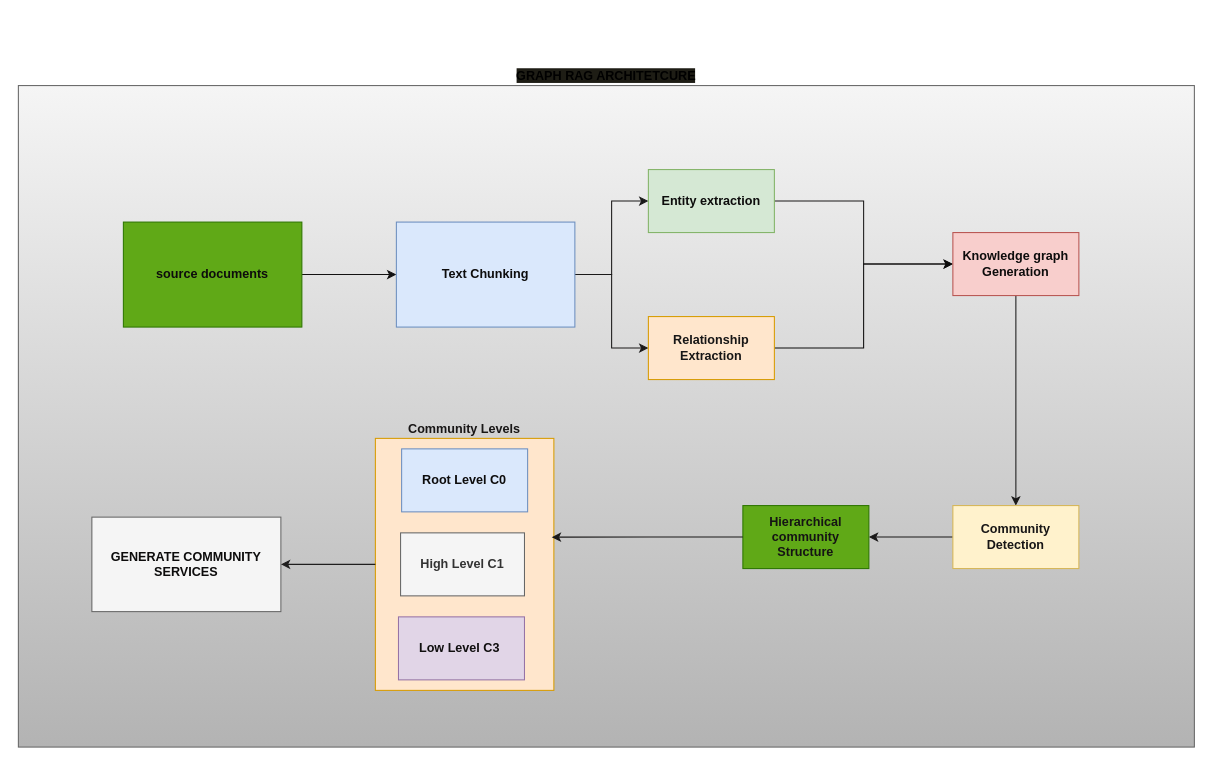
This is kg_rag/docs/Graph_RAG.drawio from viswanath27/rag, a draw.io file, before an edit. Source tidied: cells renumbered, new cells numbered last; positions are measured from the earlier drawing's top-left corner, leaving out a move shared by most shapes. Both pictures are drawn from the tidied source at 105%, with x=0, y=0 at pixel (18, 85).
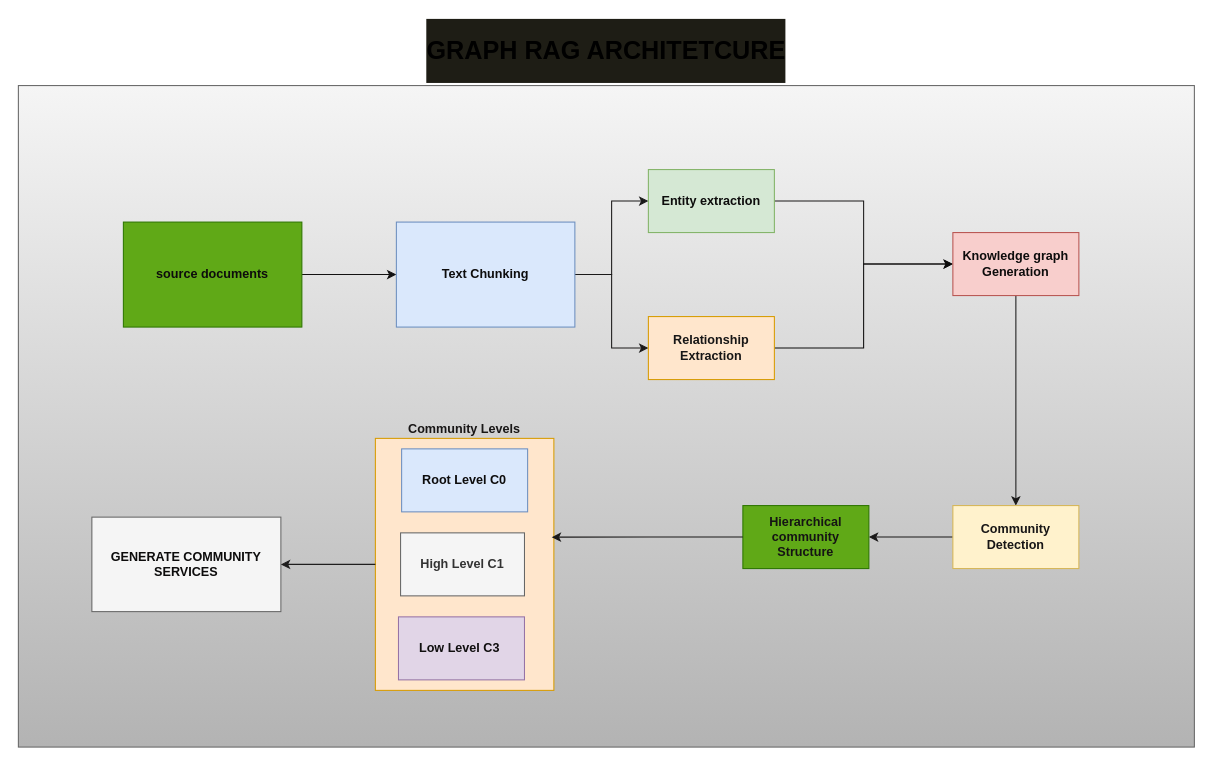
The same diagram, later.

The edit, as a diff of the source:
```diff
@@
-    <mxCell id="2" value="&lt;b&gt;GRAPH RAG ARCHITETCURE&lt;/b&gt;" style="rounded=0;whiteSpace=wrap;html=1;labelPosition=center;verticalLabelPosition=top;align=center;verticalAlign=bottom;labelBackgroundColor=#1e1d15;fillColor=#f5f5f5;gradientColor=#b3b3b3;strokeColor=#666666;" parent="1" vertex="1">
+    <mxCell id="2" value="&lt;h1&gt;&lt;b&gt;GRAPH RAG ARCHITETCURE&lt;/b&gt;&lt;/h1&gt;" style="rounded=0;whiteSpace=wrap;html=1;labelPosition=center;verticalLabelPosition=top;align=center;verticalAlign=bottom;labelBackgroundColor=#1e1d15;fillColor=#f5f5f5;gradientColor=#b3b3b3;strokeColor=#666666;" parent="1" vertex="1">
       <mxGeometry width="1120" height="630" as="geometry" />
     </mxCell>
```
